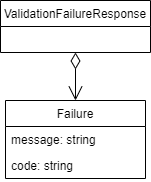
Above: .gitbook/assets/validation_error_response_model.drawio.png in Bernardo-MG/development-docs-architecture (draw.io), before the change. Source tidied: cells renumbered, new cells last; positions are measured from the earlier drawing's top-left corner, leaving out a move shared by most shapes.
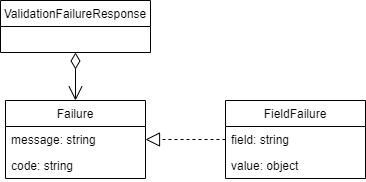
Above is the later version.

What changed in the source:
```diff
@@ -17,5 +17,17 @@
     <mxCell id="6" style="endArrow=open;html=1;endSize=12;startArrow=diamondThin;startSize=14;startFill=0;edgeStyle=orthogonalEdgeStyle;align=left;verticalAlign=bottom;rounded=0;exitX=0.5;exitY=1;exitDx=0;exitDy=0;entryX=0.5;entryY=0;entryDx=0;entryDy=0;" parent="1" edge="1" source="2" target="3">
       <mxGeometry x="-1" y="3" relative="1" as="geometry" />
     </mxCell>
+    <mxCell id="7" value="FieldFailure" style="swimlane;fontStyle=0;horizontal=1;startSize=26;fillColor=none;" parent="1" vertex="1">
+      <mxGeometry x="225" y="100" width="140" height="78" as="geometry" />
+    </mxCell>
+    <mxCell id="8" value="field: string" style="text;strokeColor=none;fillColor=none;align=left;verticalAlign=top;spacingLeft=4;spacingRight=4;overflow=hidden;" parent="7" vertex="1">
+      <mxGeometry y="26" width="140" height="26" as="geometry" />
+    </mxCell>
+    <mxCell id="9" value="value: object" style="text;strokeColor=none;fillColor=none;align=left;verticalAlign=top;spacingLeft=4;spacingRight=4;overflow=hidden;" parent="7" vertex="1">
+      <mxGeometry y="52" width="140" height="26" as="geometry" />
+    </mxCell>
+    <mxCell id="10" style="endArrow=block;dashed=1;endFill=0;endSize=12;html=1;rounded=0;exitX=0;exitY=0.5;exitDx=0;exitDy=0;entryX=1;entryY=0.5;entryDx=0;entryDy=0;" parent="1" edge="1" source="7" target="3">
+      <mxGeometry relative="1" as="geometry" />
+    </mxCell>
   </root>
 </mxGraphModel>
```
